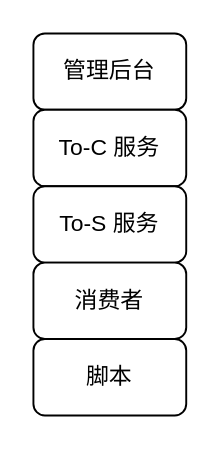
Before: architecture/go-web-template.drawio in LanSeTianYe/draw, a draw.io diagram. Source tidied: cells renumbered, new cells numbered last; positions are measured from the earlier drawing's top-left corner, leaving out a move shared by most shapes. Both pictures are drawn from the tidied source at 191%, with x=0, y=0 at pixel (32, 32).
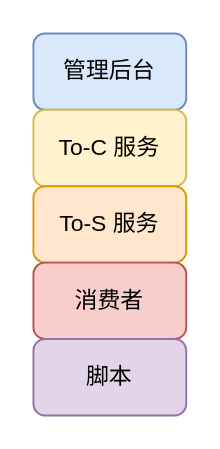
After the change.

Diff of the diagram source:
```diff
@@
 <mxGraphModel>
   <root>
     <mxCell id="0" />
     <mxCell id="1" parent="0" />
-    <mxCell id="2" value="管理后台" style="rounded=1;whiteSpace=wrap;html=1;" parent="1" vertex="1">
+    <mxCell id="2" value="管理后台" style="rounded=1;whiteSpace=wrap;html=1;fillColor=#dae8fc;strokeColor=#6c8ebf;" parent="1" vertex="1">
       <mxGeometry width="80" height="40" as="geometry" />
     </mxCell>
-    <mxCell id="3" value="To-C 服务" style="rounded=1;whiteSpace=wrap;html=1;" parent="1" vertex="1">
+    <mxCell id="3" value="To-C 服务" style="rounded=1;whiteSpace=wrap;html=1;fillColor=#fff2cc;strokeColor=#d6b656;" parent="1" vertex="1">
       <mxGeometry y="40" width="80" height="40" as="geometry" />
     </mxCell>
-    <mxCell id="4" value="To-S 服务" style="rounded=1;whiteSpace=wrap;html=1;" parent="1" vertex="1">
+    <mxCell id="4" value="To-S 服务" style="rounded=1;whiteSpace=wrap;html=1;fillColor=#ffe6cc;strokeColor=#d79b00;" parent="1" vertex="1">
       <mxGeometry y="80" width="80" height="40" as="geometry" />
     </mxCell>
-    <mxCell id="5" value="消费者" style="rounded=1;whiteSpace=wrap;html=1;" parent="1" vertex="1">
+    <mxCell id="5" value="消费者" style="rounded=1;whiteSpace=wrap;html=1;fillColor=#f8cecc;strokeColor=#b85450;" parent="1" vertex="1">
       <mxGeometry y="120" width="80" height="40" as="geometry" />
     </mxCell>
-    <mxCell id="6" value="脚本" style="rounded=1;whiteSpace=wrap;html=1;" parent="1" vertex="1">
+    <mxCell id="6" value="脚本" style="rounded=1;whiteSpace=wrap;html=1;fillColor=#e1d5e7;strokeColor=#9673a6;" parent="1" vertex="1">
       <mxGeometry y="160" width="80" height="40" as="geometry" />
     </mxCell>
   </root>
 </mxGraphModel>
```
